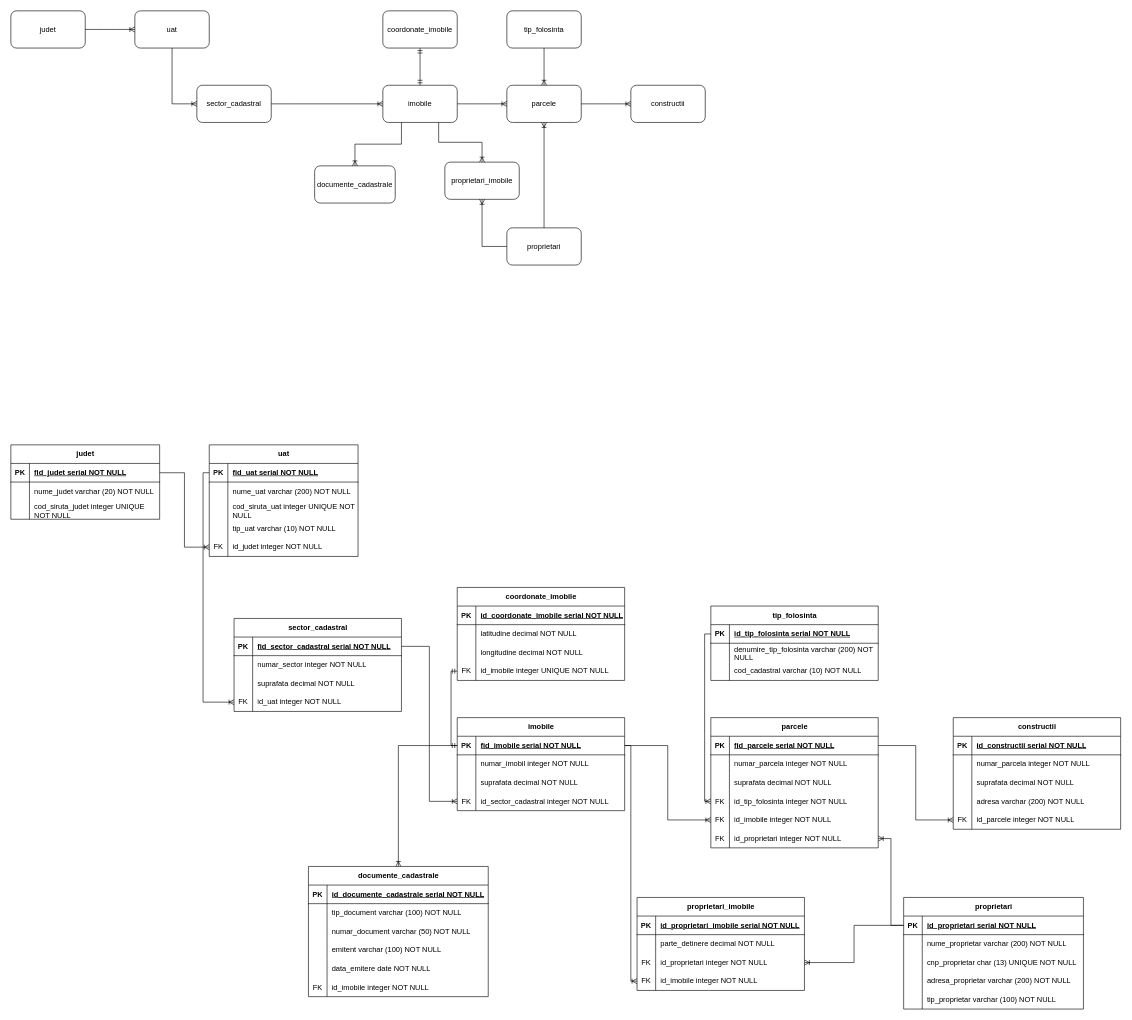
The draw.io diagram Diagramă examen.drawio in AdelaLukacs/examen_sem_I_lukacs_adela, before the edit. Source tidied: cells renumbered, new cells numbered last; positions are measured from the earlier drawing's top-left corner, leaving out a move shared by most shapes. Both pictures are drawn from the tidied source at 62%, with x=0, y=0 at pixel (11, 11).
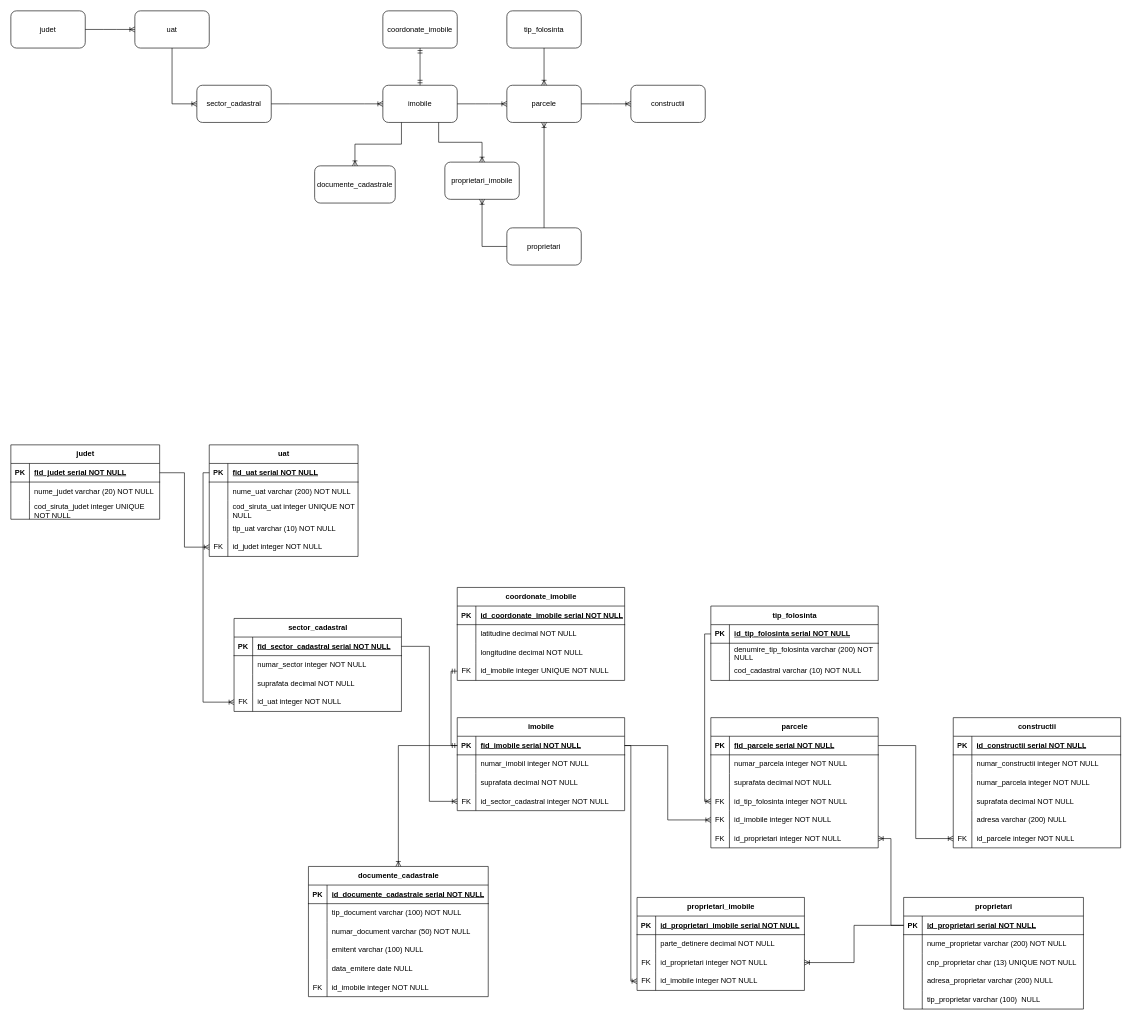
Above is the later version.

Unchanged cells that the change refers to:
```xml
<mxCell id="80" style="shape=tableRow;horizontal=0;startSize=0;swimlaneHead=0;swimlaneBody=0;fillColor=none;points=[[0,0.5],[1,0.5]];portConstraint=eastwest;top=0;left=0;right=0;bottom=1;" parent="79" vertex="1">
  <mxGeometry y="30" width="270" height="30" as="geometry" />
</mxCell>
<mxCell id="128" style="shape=tableRow;horizontal=0;startSize=0;swimlaneHead=0;swimlaneBody=0;fillColor=none;top=0;left=0;right=0;bottom=0;" parent="124" vertex="1">
  <mxGeometry y="60" width="270" height="30" as="geometry" />
</mxCell>
<mxCell id="131" style="shape=tableRow;horizontal=0;startSize=0;swimlaneHead=0;swimlaneBody=0;fillColor=none;top=0;left=0;right=0;bottom=0;" parent="124" vertex="1">
  <mxGeometry y="90" width="270" height="30" as="geometry" />
</mxCell>
<mxCell id="134" style="shape=tableRow;horizontal=0;startSize=0;swimlaneHead=0;swimlaneBody=0;fillColor=none;top=0;left=0;right=0;bottom=0;" parent="124" vertex="1">
  <mxGeometry y="120" width="270" height="30" as="geometry" />
</mxCell>
<mxCell id="137" style="shape=tableRow;horizontal=0;startSize=0;swimlaneHead=0;swimlaneBody=0;fillColor=none;points=[[0,0.5],[1,0.5]];portConstraint=eastwest;top=0;left=0;right=0;bottom=0;" parent="124" vertex="1">
  <mxGeometry y="150" width="270" height="30" as="geometry" />
</mxCell>
<mxCell id="151" style="shape=tableRow;horizontal=0;startSize=0;swimlaneHead=0;swimlaneBody=0;fillColor=none;top=0;left=0;right=0;bottom=0;" parent="141" vertex="1">
  <mxGeometry y="120" width="290" height="30" as="geometry" />
</mxCell>
<mxCell id="154" style="shape=tableRow;horizontal=0;startSize=0;swimlaneHead=0;swimlaneBody=0;fillColor=none;top=0;left=0;right=0;bottom=0;" parent="141" vertex="1">
  <mxGeometry y="150" width="290" height="30" as="geometry" />
</mxCell>
<mxCell id="184" style="shape=tableRow;horizontal=0;startSize=0;swimlaneHead=0;swimlaneBody=0;fillColor=none;top=0;left=0;right=0;bottom=0;" parent="174" vertex="1">
  <mxGeometry y="120" width="290" height="30" as="geometry" />
</mxCell>
<mxCell id="187" style="shape=tableRow;horizontal=0;startSize=0;swimlaneHead=0;swimlaneBody=0;fillColor=none;top=0;left=0;right=0;bottom=0;" parent="174" vertex="1">
  <mxGeometry y="150" width="290" height="30" as="geometry" />
</mxCell>
```

Change to the diagram source:
```diff
@@
     <mxCell id="124" value="constructii" style="shape=table;startSize=30;childLayout=tableLayout;rowLines=0;fontStyle=1;align=center;html=1;" parent="1" vertex="1">
-      <mxGeometry x="1520" y="1140" width="270" height="180" as="geometry" />
+      <mxGeometry x="1520" y="1140" width="270" height="210" as="geometry" />
     </mxCell>
@@
-    <mxCell id="130" value="numar_parcela integer&lt;span style=&quot;background-color: transparent; color: light-dark(rgb(0, 0, 0), rgb(255, 255, 255));&quot;&gt;&amp;nbsp;NOT NULL&lt;/span&gt;" style="shape=partialRectangle;fillColor=none;top=0;left=0;bottom=0;right=0;align=left;spacingLeft=6;overflow=hidden;whiteSpace=wrap;html=1;" parent="128" vertex="1">
+    <mxCell id="130" value="numar_constructii integer&lt;span style=&quot;background-color: transparent; color: light-dark(rgb(0, 0, 0), rgb(255, 255, 255));&quot;&gt;&amp;nbsp;NOT NULL&lt;/span&gt;" style="shape=partialRectangle;fillColor=none;top=0;left=0;bottom=0;right=0;align=left;spacingLeft=6;overflow=hidden;whiteSpace=wrap;html=1;" parent="128" vertex="1">
       <mxGeometry x="30" width="240" height="30" as="geometry" />
     </mxCell>
@@
-    <mxCell id="133" value="suprafata decimal NOT NULL" style="shape=partialRectangle;fillColor=none;top=0;left=0;bottom=0;right=0;align=left;spacingLeft=6;overflow=hidden;whiteSpace=wrap;html=1;" parent="131" vertex="1">
+    <mxCell id="133" value="numar_parcela integer&lt;span style=&quot;color: light-dark(rgb(0, 0, 0), rgb(255, 255, 255)); background-color: transparent;&quot;&gt;&amp;nbsp;NOT NULL&lt;/span&gt;" style="shape=partialRectangle;fillColor=none;top=0;left=0;bottom=0;right=0;align=left;spacingLeft=6;overflow=hidden;whiteSpace=wrap;html=1;" parent="131" vertex="1">
       <mxGeometry x="30" width="240" height="30" as="geometry" />
     </mxCell>
@@
-    <mxCell id="136" value="adresa varchar (200) NOT NULL" style="shape=partialRectangle;fillColor=none;top=0;left=0;bottom=0;right=0;align=left;spacingLeft=6;overflow=hidden;whiteSpace=wrap;html=1;" parent="134" vertex="1">
+    <mxCell id="136" value="suprafata decimal NOT NULL" style="shape=partialRectangle;fillColor=none;top=0;left=0;bottom=0;right=0;align=left;spacingLeft=6;overflow=hidden;whiteSpace=wrap;html=1;" parent="134" vertex="1">
       <mxGeometry x="30" width="240" height="30" as="geometry" />
     </mxCell>
@@
-    <mxCell id="138" value="FK" style="shape=partialRectangle;fillColor=none;top=0;left=0;bottom=0;right=0;overflow=hidden;whiteSpace=wrap;html=1;" parent="137" vertex="1">
+    <mxCell id="138" style="shape=partialRectangle;fillColor=none;top=0;left=0;bottom=0;right=0;overflow=hidden;whiteSpace=wrap;html=1;" parent="137" vertex="1">
       <mxGeometry width="30" height="30" as="geometry" />
     </mxCell>
-    <mxCell id="139" value="id_parcele integer NOT NULL" style="shape=partialRectangle;fillColor=none;top=0;left=0;bottom=0;right=0;align=left;spacingLeft=6;overflow=hidden;whiteSpace=wrap;html=1;" parent="137" vertex="1">
+    <mxCell id="139" value="adresa varchar (200) NULL" style="shape=partialRectangle;fillColor=none;top=0;left=0;bottom=0;right=0;align=left;spacingLeft=6;overflow=hidden;whiteSpace=wrap;html=1;" parent="137" vertex="1">
       <mxGeometry x="30" width="240" height="30" as="geometry" />
     </mxCell>
+    <mxCell id="193" style="shape=tableRow;horizontal=0;startSize=0;swimlaneHead=0;swimlaneBody=0;fillColor=none;points=[[0,0.5],[1,0.5]];portConstraint=eastwest;top=0;left=0;right=0;bottom=0;" parent="124" vertex="1">
+      <mxGeometry y="180" width="270" height="30" as="geometry" />
+    </mxCell>
+    <mxCell id="194" value="FK" style="shape=partialRectangle;fillColor=none;top=0;left=0;bottom=0;right=0;overflow=hidden;whiteSpace=wrap;html=1;" parent="193" vertex="1">
+      <mxGeometry width="30" height="30" as="geometry" />
+    </mxCell>
+    <mxCell id="195" value="id_parcele integer NOT NULL" style="shape=partialRectangle;fillColor=none;top=0;left=0;bottom=0;right=0;align=left;spacingLeft=6;overflow=hidden;whiteSpace=wrap;html=1;" parent="193" vertex="1">
+      <mxGeometry x="30" width="240" height="30" as="geometry" />
+    </mxCell>
-    <mxCell id="140" style="edgeStyle=orthogonalEdgeStyle;fontSize=12;html=1;endArrow=ERoneToMany;rounded=0;entryX=0;entryY=0.5;entryDx=0;entryDy=0;exitX=1;exitY=0.5;exitDx=0;exitDy=0;" parent="1" edge="1" source="80" target="137">
+    <mxCell id="140" style="edgeStyle=orthogonalEdgeStyle;fontSize=12;html=1;endArrow=ERoneToMany;rounded=0;entryX=0;entryY=0.5;entryDx=0;entryDy=0;exitX=1;exitY=0.5;exitDx=0;exitDy=0;" parent="1" edge="1" source="80" target="193">
       <mxGeometry relative="1" as="geometry" />
     </mxCell>
@@
-    <mxCell id="153" value="emitent varchar (100) NOT NULL" style="shape=partialRectangle;fillColor=none;top=0;left=0;bottom=0;right=0;align=left;spacingLeft=6;overflow=hidden;whiteSpace=wrap;html=1;" parent="151" vertex="1">
+    <mxCell id="153" value="emitent varchar (100) NULL" style="shape=partialRectangle;fillColor=none;top=0;left=0;bottom=0;right=0;align=left;spacingLeft=6;overflow=hidden;whiteSpace=wrap;html=1;" parent="151" vertex="1">
       <mxGeometry x="30" width="260" height="30" as="geometry" />
     </mxCell>
@@
-    <mxCell id="156" value="data_emitere date NOT NULL" style="shape=partialRectangle;fillColor=none;top=0;left=0;bottom=0;right=0;align=left;spacingLeft=6;overflow=hidden;whiteSpace=wrap;html=1;" parent="154" vertex="1">
+    <mxCell id="156" value="data_emitere date NULL" style="shape=partialRectangle;fillColor=none;top=0;left=0;bottom=0;right=0;align=left;spacingLeft=6;overflow=hidden;whiteSpace=wrap;html=1;" parent="154" vertex="1">
       <mxGeometry x="30" width="260" height="30" as="geometry" />
     </mxCell>
@@
-    <mxCell id="186" value="adresa_proprietar varchar (200) NOT NULL" style="shape=partialRectangle;fillColor=none;top=0;left=0;bottom=0;right=0;align=left;spacingLeft=6;overflow=hidden;whiteSpace=wrap;html=1;" parent="184" vertex="1">
+    <mxCell id="186" value="adresa_proprietar varchar (200) NULL" style="shape=partialRectangle;fillColor=none;top=0;left=0;bottom=0;right=0;align=left;spacingLeft=6;overflow=hidden;whiteSpace=wrap;html=1;" parent="184" vertex="1">
       <mxGeometry x="30" width="260" height="30" as="geometry" />
     </mxCell>
@@
-    <mxCell id="189" value="tip_proprietar varchar (100) NOT NULL" style="shape=partialRectangle;fillColor=none;top=0;left=0;bottom=0;right=0;align=left;spacingLeft=6;overflow=hidden;whiteSpace=wrap;html=1;" parent="187" vertex="1">
+    <mxCell id="189" value="tip_proprietar varchar (100)&amp;nbsp; NULL" style="shape=partialRectangle;fillColor=none;top=0;left=0;bottom=0;right=0;align=left;spacingLeft=6;overflow=hidden;whiteSpace=wrap;html=1;" parent="187" vertex="1">
       <mxGeometry x="30" width="260" height="30" as="geometry" />
     </mxCell>
```
